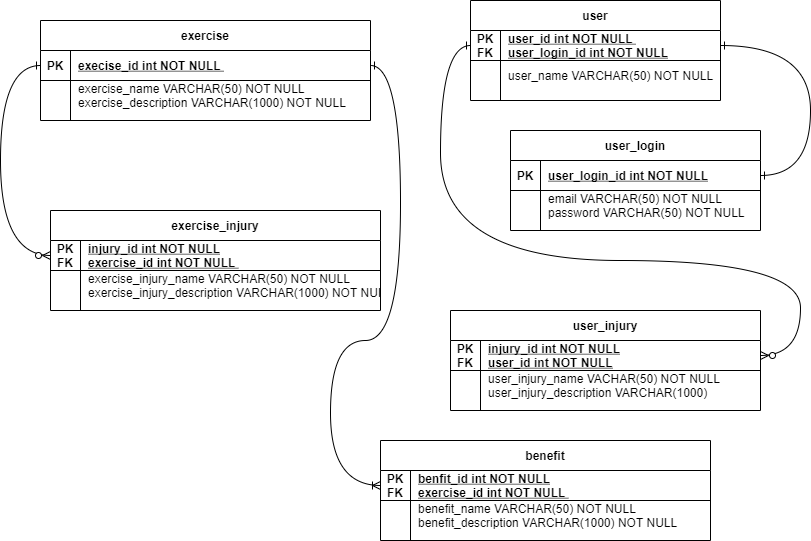
Before: documentation/Logical Design.png, a diagram exported from draw.io (CS480UIC/cs480-final-project-aging_population_fitness). Source tidied: cells renumbered, new cells last; positions are measured from the earlier drawing's top-left corner, leaving out a move shared by most shapes.
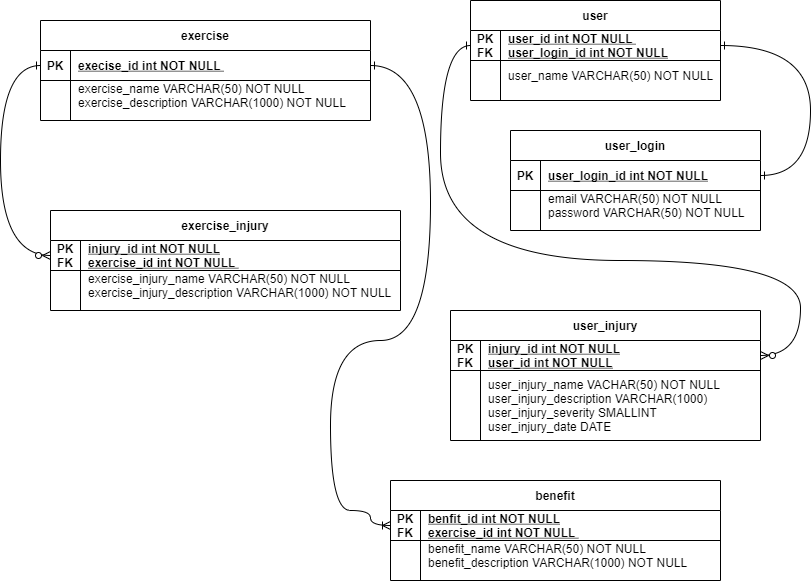
The same diagram one commit later.

Commit message:
added date and numeric datatype

What changed in the source:
```diff
@@ -66,7 +66,7 @@
       <mxGeometry x="30" width="220" height="30" as="geometry" />
     </mxCell>
     <mxCell id="23" value="user_injury" style="shape=table;startSize=30;rowLines=0;fontStyle=1;align=center;" parent="1" vertex="1">
-      <mxGeometry x="450" y="310" width="310" height="100" as="geometry" />
+      <mxGeometry x="450" y="310" width="310" height="130" as="geometry" />
     </mxCell>
     <mxCell id="24" style="shape=partialRectangle;fillColor=none;points=[[0,0.5],[1,0.5]];portConstraint=eastwest;top=0;left=0;right=0;bottom=1;" parent="23" vertex="1">
       <mxGeometry y="30" width="310" height="30" as="geometry" />
@@ -77,17 +77,17 @@
     <mxCell id="26" value="injury_id int NOT NULL&#10;user_id int NOT NULL" style="shape=partialRectangle;overflow=hidden;fillColor=none;top=0;left=0;bottom=0;right=0;align=left;spacingLeft=6;fontStyle=5;" parent="24" vertex="1">
       <mxGeometry x="30" width="280" height="30" as="geometry" />
     </mxCell>
-    <mxCell id="27" style="shape=partialRectangle;fillColor=none;top=0;left=0;right=0;bottom=0;" parent="23" vertex="1">
-      <mxGeometry y="60" width="310" height="30" as="geometry" />
+    <mxCell id="27" style="shape=partialRectangle;fillColor=none;top=0;left=0;right=0;bottom=0;verticalAlign=bottom;" parent="23" vertex="1">
+      <mxGeometry y="60" width="310" height="70" as="geometry" />
     </mxCell>
     <mxCell id="28" style="shape=partialRectangle;overflow=hidden;fillColor=none;top=0;left=0;bottom=0;right=0;" parent="27" vertex="1">
-      <mxGeometry width="30" height="30" as="geometry" />
+      <mxGeometry width="30" height="70" as="geometry" />
     </mxCell>
-    <mxCell id="29" value="user_injury_name VACHAR(50) NOT NULL &#10;user_injury_description VARCHAR(1000) " style="shape=partialRectangle;overflow=hidden;fillColor=none;top=0;left=0;bottom=0;right=0;align=left;spacingLeft=6;" parent="27" vertex="1">
-      <mxGeometry x="30" width="280" height="30" as="geometry" />
+    <mxCell id="29" value="user_injury_name VACHAR(50) NOT NULL &#10;user_injury_description VARCHAR(1000)&#10;user_injury_severity SMALLINT&#10;user_injury_date DATE " style="shape=partialRectangle;overflow=hidden;fillColor=none;top=0;left=0;bottom=0;right=0;align=left;spacingLeft=6;" parent="27" vertex="1">
+      <mxGeometry x="30" width="280" height="70" as="geometry" />
     </mxCell>
     <mxCell id="30" value="benefit" style="shape=table;startSize=30;rowLines=0;fontStyle=1;align=center;" parent="1" vertex="1">
-      <mxGeometry x="380" y="440" width="330" height="100" as="geometry" />
+      <mxGeometry x="390" y="480" width="330" height="100" as="geometry" />
     </mxCell>
     <mxCell id="31" style="shape=partialRectangle;fillColor=none;points=[[0,0.5],[1,0.5]];portConstraint=eastwest;top=0;left=0;right=0;bottom=1;" parent="30" vertex="1">
       <mxGeometry y="30" width="330" height="30" as="geometry" />
@@ -108,25 +108,25 @@
       <mxGeometry x="30" width="300" height="30" as="geometry" />
     </mxCell>
     <mxCell id="37" value="exercise_injury" style="shape=table;startSize=30;rowLines=0;fontStyle=1;align=center;" parent="1" vertex="1">
-      <mxGeometry x="50" y="210" width="330" height="100" as="geometry" />
+      <mxGeometry x="50" y="210" width="350" height="100" as="geometry" />
     </mxCell>
     <mxCell id="38" style="shape=partialRectangle;fillColor=none;points=[[0,0.5],[1,0.5]];portConstraint=eastwest;top=0;left=0;right=0;bottom=1;" parent="37" vertex="1">
-      <mxGeometry y="30" width="330" height="30" as="geometry" />
+      <mxGeometry y="30" width="350" height="30" as="geometry" />
     </mxCell>
     <mxCell id="39" value="PK&#10;FK" style="shape=partialRectangle;overflow=hidden;fillColor=none;top=0;left=0;bottom=0;right=0;fontStyle=1;" parent="38" vertex="1">
       <mxGeometry width="30" height="30" as="geometry" />
     </mxCell>
     <mxCell id="40" value="injury_id int NOT NULL&#10;exercise_id int NOT NULL " style="shape=partialRectangle;overflow=hidden;fillColor=none;top=0;left=0;bottom=0;right=0;align=left;spacingLeft=6;fontStyle=5;" parent="38" vertex="1">
-      <mxGeometry x="30" width="300" height="30" as="geometry" />
+      <mxGeometry x="30" width="320" height="30" as="geometry" />
     </mxCell>
     <mxCell id="41" style="shape=partialRectangle;fillColor=none;top=0;left=0;right=0;bottom=0;" parent="37" vertex="1">
-      <mxGeometry y="60" width="330" height="30" as="geometry" />
+      <mxGeometry y="60" width="350" height="30" as="geometry" />
     </mxCell>
     <mxCell id="42" style="shape=partialRectangle;overflow=hidden;fillColor=none;top=0;left=0;bottom=0;right=0;" parent="41" vertex="1">
       <mxGeometry width="30" height="30" as="geometry" />
     </mxCell>
     <mxCell id="43" value="exercise_injury_name VARCHAR(50) NOT NULL &#10;exercise_injury_description VARCHAR(1000) NOT NULL " style="shape=partialRectangle;overflow=hidden;fillColor=none;top=0;left=0;bottom=0;right=0;align=left;spacingLeft=6;" parent="41" vertex="1">
-      <mxGeometry x="30" width="300" height="30" as="geometry" />
+      <mxGeometry x="30" width="320" height="30" as="geometry" />
     </mxCell>
     <mxCell id="44" style="edgeStyle=orthogonalEdgeStyle;endArrow=ERzeroToMany;startArrow=ERone;endFill=1;startFill=0;exitX=0;exitY=0.5;exitDx=0;exitDy=0;entryX=1;entryY=0.5;entryDx=0;entryDy=0;curved=1;" parent="1" edge="1" source="10" target="24">
       <mxGeometry relative="1" as="geometry">
@@ -149,10 +149,12 @@
     <mxCell id="46" style="edgeStyle=orthogonalEdgeStyle;endArrow=ERoneToMany;startArrow=ERone;endFill=0;startFill=0;exitX=1;exitY=0.5;exitDx=0;exitDy=0;entryX=0;entryY=0.5;entryDx=0;entryDy=0;curved=1;" parent="1" edge="1" source="3" target="31">
       <mxGeometry relative="1" as="geometry">
         <Array as="points">
-          <mxPoint x="400" y="65" />
-          <mxPoint x="400" y="340" />
+          <mxPoint x="430" y="65" />
+          <mxPoint x="430" y="340" />
           <mxPoint x="330" y="340" />
-          <mxPoint x="330" y="485" />
+          <mxPoint x="330" y="510" />
+          <mxPoint x="370" y="510" />
+          <mxPoint x="370" y="525" />
         </Array>
       </mxGeometry>
     </mxCell>
```
